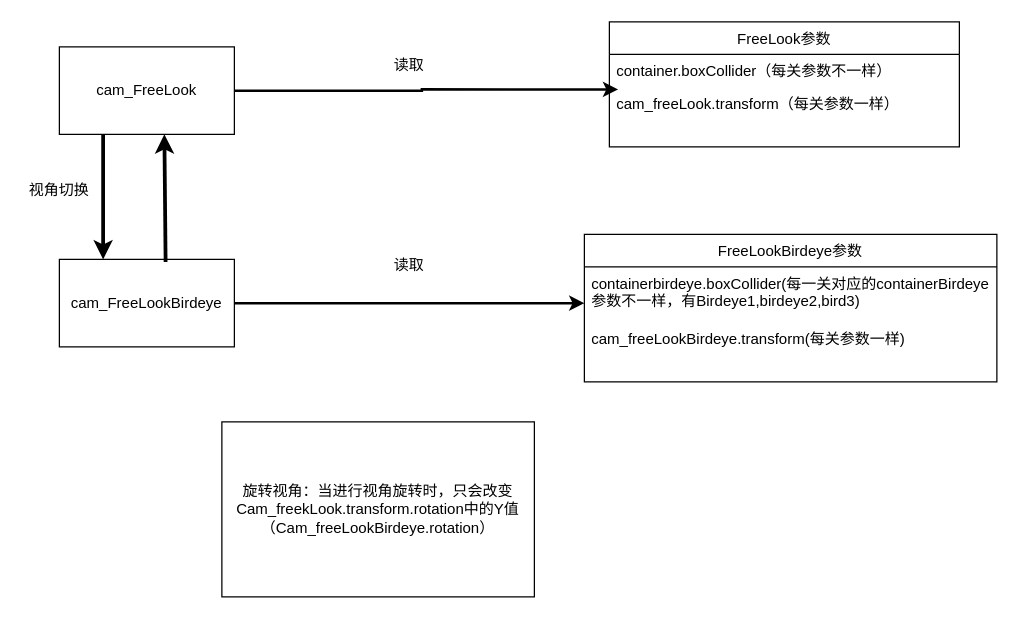
Before: page "Page-6" (6 of 6) of SAI.drawio in neroZWX/-, a draw.io diagram. Source tidied: cells renumbered, new cells numbered last; positions are measured from the earlier drawing's top-left corner, leaving out a move shared by most shapes. Both pictures are drawn from the tidied source at 125%, with x=0, y=0 at pixel (21, 21).
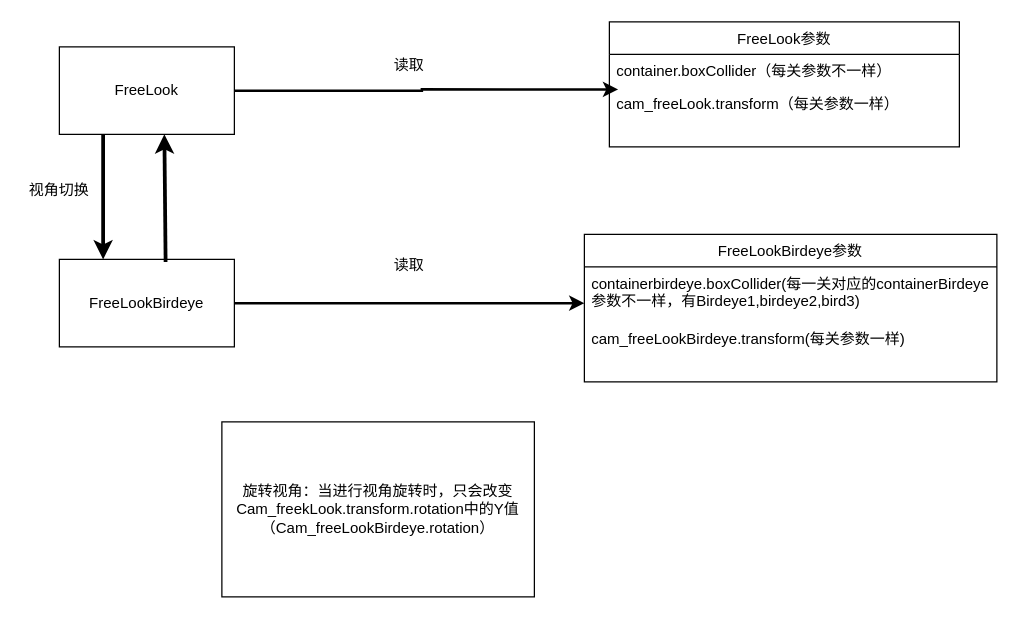
After the change.

Change to the diagram source:
```diff
@@
 <mxGraphModel>
   <root>
     <mxCell id="0" />
     <mxCell id="1" parent="0" />
     <mxCell id="2" style="edgeStyle=orthogonalEdgeStyle;rounded=0;jettySize=auto;html=1;exitX=1;exitY=0.5;exitDx=0;exitDy=0;entryX=0.025;entryY=0.042;entryDx=0;entryDy=0;entryPerimeter=0;strokeWidth=2;" parent="1" edge="1" source="3" target="10">
       <mxGeometry relative="1" as="geometry" />
     </mxCell>
-    <mxCell id="3" value="cam_FreeLook" style="rounded=0;whiteSpace=wrap;html=1;" parent="1" vertex="1">
+    <mxCell id="3" value="FreeLook" style="rounded=0;whiteSpace=wrap;html=1;" parent="1" vertex="1">
       <mxGeometry x="30" y="20" width="140" height="70" as="geometry" />
     </mxCell>
     <mxCell id="4" style="edgeStyle=orthogonalEdgeStyle;rounded=0;jettySize=auto;html=1;exitX=1;exitY=0.5;exitDx=0;exitDy=0;entryX=0;entryY=0.659;entryDx=0;entryDy=0;entryPerimeter=0;strokeWidth=2;" parent="1" edge="1" source="5" target="12">
       <mxGeometry relative="1" as="geometry" />
     </mxCell>
-    <mxCell id="5" value="cam_FreeLookBirdeye" style="rounded=0;whiteSpace=wrap;html=1;" parent="1" vertex="1">
+    <mxCell id="5" value="FreeLookBirdeye" style="rounded=0;whiteSpace=wrap;html=1;" parent="1" vertex="1">
       <mxGeometry x="30" y="190" width="140" height="70" as="geometry" />
     </mxCell>
     <mxCell id="6" style="endArrow=classic;html=1;rounded=0;exitX=0.25;exitY=1;exitDx=0;exitDy=0;entryX=0.25;entryY=0;entryDx=0;entryDy=0;strokeWidth=3;" parent="1" edge="1" source="3" target="5">
       <mxGeometry relative="1" as="geometry">
         <Array as="points">
           <mxPoint x="65" y="120" />
           <mxPoint x="65" y="140" />
         </Array>
       </mxGeometry>
     </mxCell>
     <mxCell id="7" style="endArrow=classic;html=1;rounded=0;entryX=0.6;entryY=1;entryDx=0;entryDy=0;entryPerimeter=0;exitX=0.607;exitY=0.029;exitDx=0;exitDy=0;exitPerimeter=0;strokeWidth=3;" parent="1" edge="1" source="5" target="3">
       <mxGeometry relative="1" as="geometry" />
     </mxCell>
     <mxCell id="8" value="FreeLook参数" style="swimlane;fontStyle=0;horizontal=1;startSize=26;fillColor=none;" parent="1" vertex="1">
       <mxGeometry x="470" width="280" height="100" as="geometry" />
     </mxCell>
     <mxCell id="9" value="container.boxCollider（每关参数不一样）" style="text;strokeColor=none;fillColor=none;align=left;verticalAlign=top;spacingLeft=4;spacingRight=4;overflow=hidden;" parent="8" vertex="1">
       <mxGeometry y="26" width="280" height="26" as="geometry" />
     </mxCell>
     <mxCell id="10" value="cam_freeLook.transform（每关参数一样）" style="text;strokeColor=none;fillColor=none;align=left;verticalAlign=top;spacingLeft=4;spacingRight=4;overflow=hidden;points=[[0,0.5],[1,0.5]];portConstraint=eastwest;" parent="8" vertex="1">
       <mxGeometry y="52" width="280" height="48" as="geometry" />
     </mxCell>
     <mxCell id="11" value="FreeLookBirdeye参数" style="swimlane;fontStyle=0;horizontal=1;startSize=26;fillColor=none;" parent="1" vertex="1">
       <mxGeometry x="450" y="170" width="330" height="118" as="geometry" />
     </mxCell>
     <mxCell id="12" value="containerbirdeye.boxCollider(每一关对应的containerBirdeye&#10;参数不一样，有Birdeye1,birdeye2,bird3)" style="text;strokeColor=none;fillColor=none;align=left;verticalAlign=top;spacingLeft=4;spacingRight=4;overflow=hidden;points=[[0,0.5],[1,0.5]];portConstraint=eastwest;" parent="11" vertex="1">
       <mxGeometry y="26" width="330" height="44" as="geometry" />
     </mxCell>
     <mxCell id="13" value="cam_freeLookBirdeye.transform(每关参数一样)" style="text;strokeColor=none;fillColor=none;align=left;verticalAlign=top;spacingLeft=4;spacingRight=4;overflow=hidden;" parent="11" vertex="1">
       <mxGeometry y="70" width="330" height="48" as="geometry" />
     </mxCell>
     <mxCell id="14" value="视角切换" style="text;html=1;strokeColor=none;fillColor=none;align=center;verticalAlign=middle;whiteSpace=wrap;rounded=0;" parent="1" vertex="1">
       <mxGeometry y="120" width="60" height="30" as="geometry" />
     </mxCell>
     <mxCell id="15" value="读取" style="text;html=1;strokeColor=none;fillColor=none;align=center;verticalAlign=middle;whiteSpace=wrap;rounded=0;" parent="1" vertex="1">
       <mxGeometry x="280" y="20" width="60" height="30" as="geometry" />
     </mxCell>
     <mxCell id="16" value="读取" style="text;html=1;strokeColor=none;fillColor=none;align=center;verticalAlign=middle;whiteSpace=wrap;rounded=0;" parent="1" vertex="1">
       <mxGeometry x="280" y="180" width="60" height="30" as="geometry" />
     </mxCell>
     <mxCell id="17" value="旋转视角：当进行视角旋转时，只会改变Cam_freekLook.transform.rotation中的Y值（Cam_freeLookBirdeye.rotation）" style="rounded=0;whiteSpace=wrap;html=1;" parent="1" vertex="1">
       <mxGeometry x="160" y="320" width="250" height="140" as="geometry" />
     </mxCell>
   </root>
 </mxGraphModel>
```
